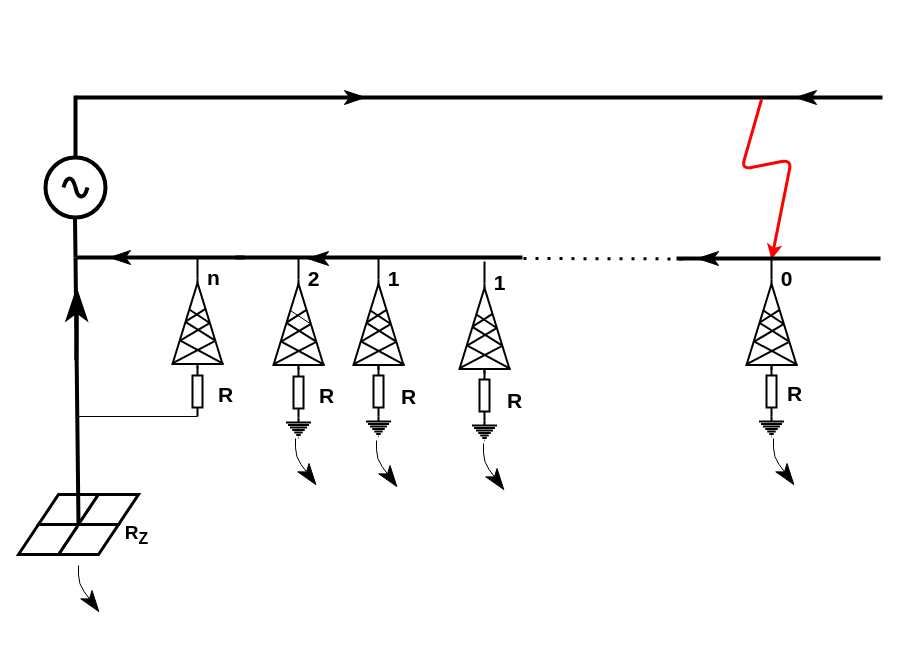
Above: 未命名绘图.drawio in larry989/test (draw.io), before the change. Source tidied: cells renumbered, new cells numbered last; positions are measured from the earlier drawing's top-left corner, leaving out a move shared by most shapes. Both pictures are drawn from the tidied source at 100%, with x=0, y=0 at pixel (18, 56).
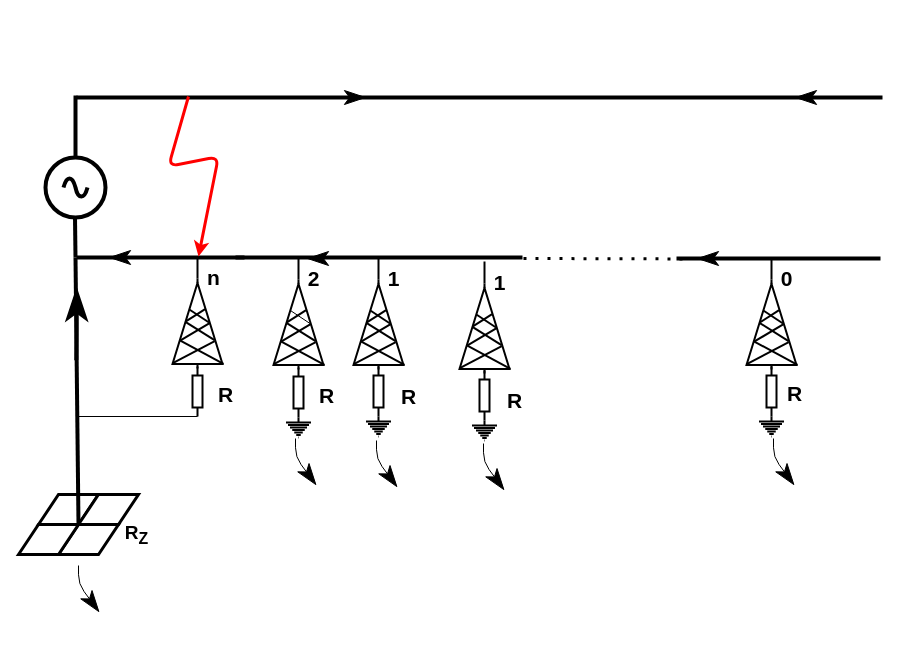
The same page after the edit.

Commit message (it also covers changes not shown here):
更新未命名绘图.drawio

What changed in the source:
```diff
@@
-    <mxCell id="55" style="endArrow=classic;html=1;strokeWidth=3;strokeColor=#FF0000;" parent="1" edge="1">
-      <mxGeometry x="250" y="3" as="geometry">
-        <mxPoint x="743" y="43" as="sourcePoint" />
-        <mxPoint x="753" y="203" as="targetPoint" />
-        <Array as="points">
-          <mxPoint x="723" y="113" />
-          <mxPoint x="773" y="103" />
-        </Array>
-      </mxGeometry>
-    </mxCell>
@@
+    <mxCell id="99" style="endArrow=classic;html=1;strokeWidth=3;strokeColor=#FF0000;" parent="1" edge="1">
+      <mxGeometry x="-323" as="geometry">
+        <mxPoint x="170" y="40" as="sourcePoint" />
+        <mxPoint x="180" y="200" as="targetPoint" />
+        <Array as="points">
+          <mxPoint x="150" y="110" />
+          <mxPoint x="200" y="100" />
+        </Array>
+      </mxGeometry>
+    </mxCell>
```
